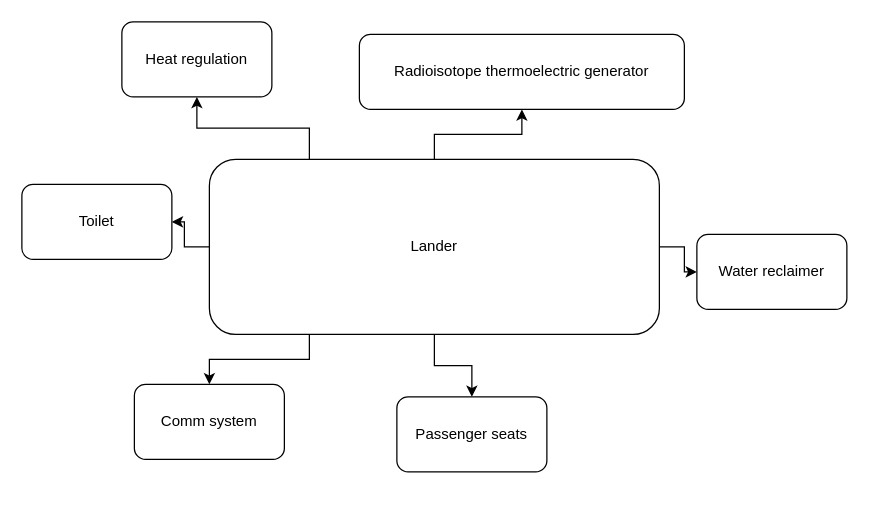
Before: Spacecraftzzz.drawio in vulnerable9/vulnerable9, a draw.io diagram. Source tidied: cells renumbered, new cells numbered last; positions are measured from the earlier drawing's top-left corner, leaving out a move shared by most shapes. Both pictures are drawn from the tidied source at 125%, with x=0, y=0 at pixel (21, 21).
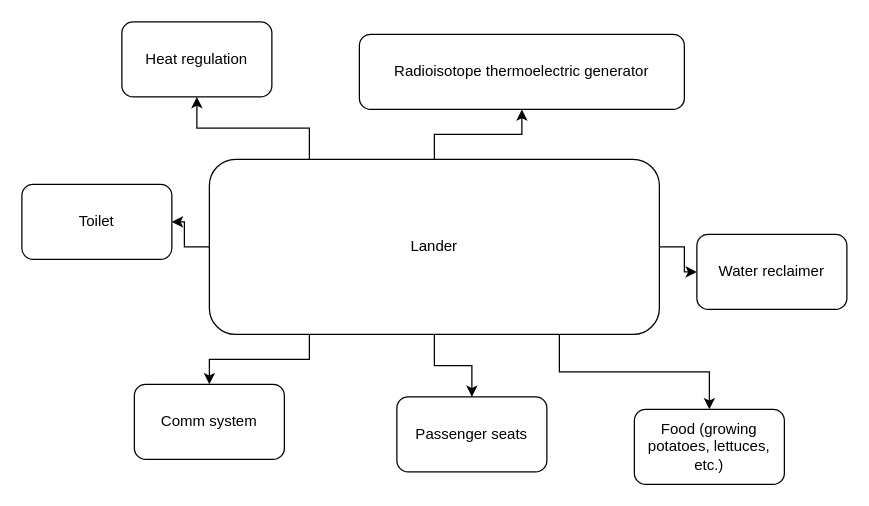
The same page after the edit.

Diff of the diagram source:
```diff
@@
 <mxGraphModel>
   <root>
     <mxCell id="0" />
     <mxCell id="1" parent="0" />
     <mxCell id="2" style="edgeStyle=orthogonalEdgeStyle;rounded=0;jettySize=auto;html=1;exitX=1;exitY=0.5;exitDx=0;exitDy=0;" parent="1" edge="1" source="4" target="11">
       <mxGeometry relative="1" as="geometry" />
     </mxCell>
     <mxCell id="3" style="edgeStyle=orthogonalEdgeStyle;rounded=0;jettySize=auto;html=1;exitX=0;exitY=0.5;exitDx=0;exitDy=0;" parent="1" edge="1" source="4" target="12">
       <mxGeometry relative="1" as="geometry" />
     </mxCell>
     <mxCell id="4" style="rounded=1;whiteSpace=wrap;html=1;" parent="1" vertex="1">
       <mxGeometry x="150" y="110" width="360" height="140" as="geometry" />
     </mxCell>
     <mxCell id="5" style="edgeStyle=orthogonalEdgeStyle;rounded=0;jettySize=auto;html=1;exitX=0.5;exitY=0;exitDx=0;exitDy=0;" parent="1" edge="1" source="9" target="10">
       <mxGeometry relative="1" as="geometry" />
     </mxCell>
     <mxCell id="6" style="edgeStyle=orthogonalEdgeStyle;rounded=0;jettySize=auto;html=1;exitX=0.5;exitY=1;exitDx=0;exitDy=0;" parent="1" edge="1" source="9" target="13">
       <mxGeometry relative="1" as="geometry" />
     </mxCell>
     <mxCell id="7" style="edgeStyle=orthogonalEdgeStyle;rounded=0;jettySize=auto;html=1;exitX=0;exitY=1;exitDx=0;exitDy=0;" parent="1" edge="1" source="9" target="14">
       <mxGeometry relative="1" as="geometry" />
     </mxCell>
     <mxCell id="8" style="edgeStyle=orthogonalEdgeStyle;rounded=0;jettySize=auto;html=1;exitX=0;exitY=0;exitDx=0;exitDy=0;entryX=0.5;entryY=1;entryDx=0;entryDy=0;" parent="1" edge="1" source="9" target="15">
       <mxGeometry relative="1" as="geometry" />
     </mxCell>
+    <mxCell id="16" style="edgeStyle=orthogonalEdgeStyle;rounded=0;jettySize=auto;html=1;exitX=1;exitY=1;exitDx=0;exitDy=0;" parent="1" edge="1" source="9" target="17">
+      <mxGeometry relative="1" as="geometry" />
+    </mxCell>
     <mxCell id="9" value="Lander" style="text;html=1;strokeColor=none;fillColor=none;align=center;verticalAlign=middle;whiteSpace=wrap;rounded=0;" parent="1" vertex="1">
       <mxGeometry x="230" y="110" width="200" height="140" as="geometry" />
     </mxCell>
     <mxCell id="10" value="Radioisotope thermoelectric generator" style="rounded=1;whiteSpace=wrap;html=1;" parent="1" vertex="1">
       <mxGeometry x="270" y="10" width="260" height="60" as="geometry" />
     </mxCell>
     <mxCell id="11" value="Water reclaimer" style="rounded=1;whiteSpace=wrap;html=1;" parent="1" vertex="1">
       <mxGeometry x="540" y="170" width="120" height="60" as="geometry" />
     </mxCell>
     <mxCell id="12" value="Toilet" style="rounded=1;whiteSpace=wrap;html=1;" parent="1" vertex="1">
       <mxGeometry y="130" width="120" height="60" as="geometry" />
     </mxCell>
     <mxCell id="13" value="Passenger seats" style="rounded=1;whiteSpace=wrap;html=1;" parent="1" vertex="1">
       <mxGeometry x="300" y="300" width="120" height="60" as="geometry" />
     </mxCell>
     <mxCell id="14" value="Comm system" style="rounded=1;whiteSpace=wrap;html=1;" parent="1" vertex="1">
       <mxGeometry x="90" y="290" width="120" height="60" as="geometry" />
     </mxCell>
     <mxCell id="15" value="Heat regulation" style="rounded=1;whiteSpace=wrap;html=1;" parent="1" vertex="1">
       <mxGeometry x="80" width="120" height="60" as="geometry" />
     </mxCell>
+    <mxCell id="17" value="Food (growing potatoes, lettuces, etc.)" style="rounded=1;whiteSpace=wrap;html=1;" parent="1" vertex="1">
+      <mxGeometry x="490" y="310" width="120" height="60" as="geometry" />
+    </mxCell>
   </root>
 </mxGraphModel>
```
